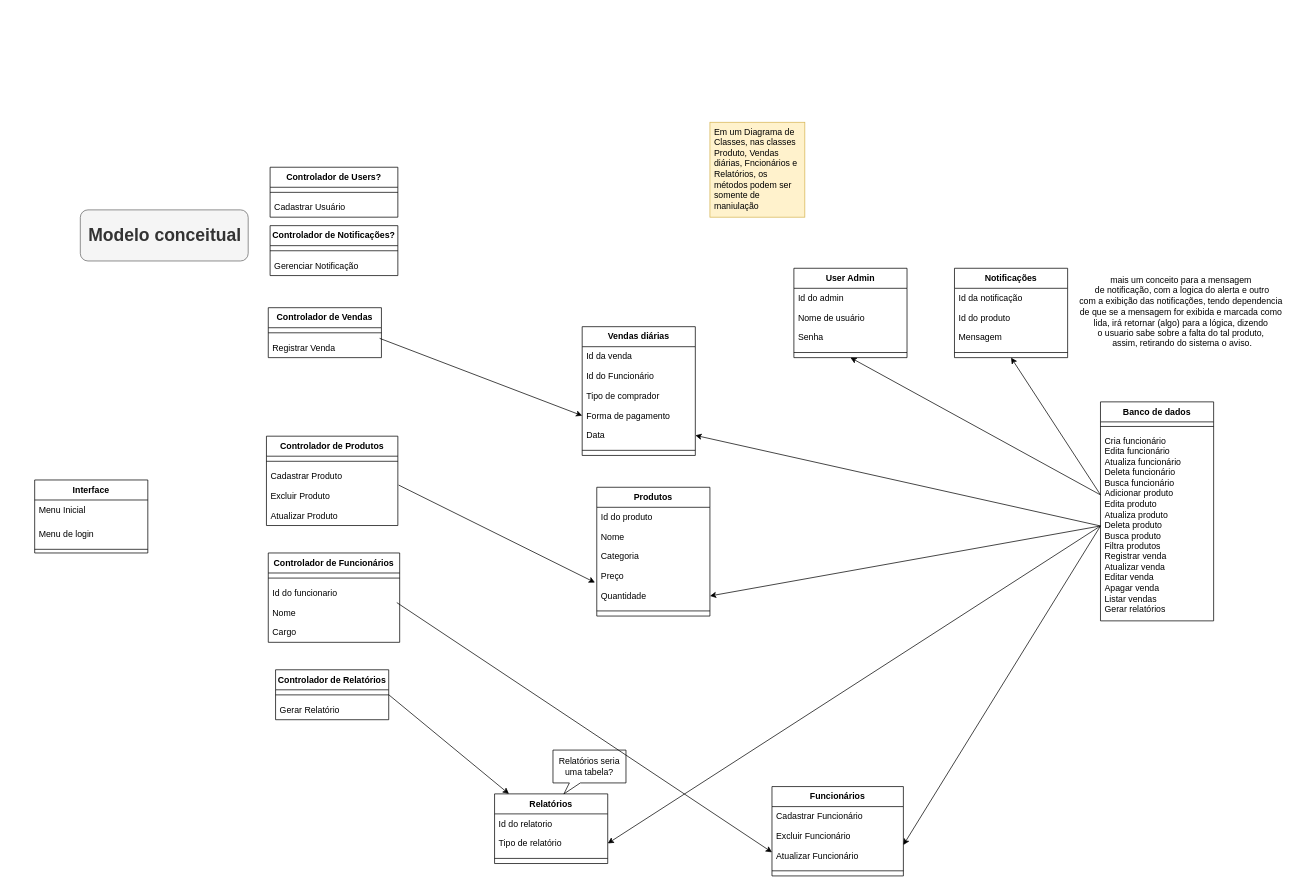
The draw.io diagram ModeloConceitual.drawio in belleruivo/cantina-fatore, before the edit. Source tidied: cells renumbered, new cells numbered last; positions are measured from the earlier drawing's top-left corner, leaving out a move shared by most shapes. Both pictures are drawn from the tidied source at 73%, with x=0, y=0 at pixel (34, 122).
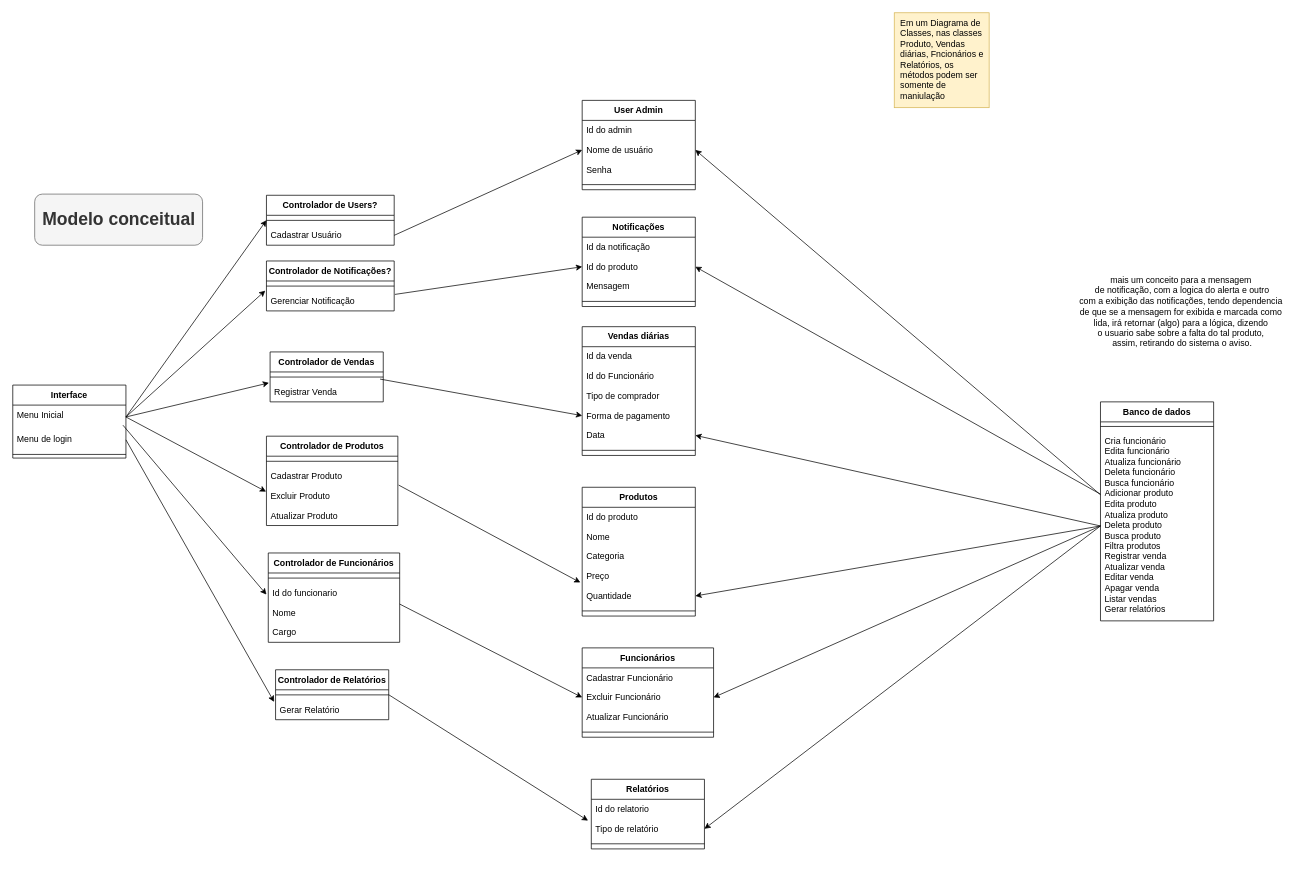
The same page after the edit.

The change refers to these unchanged cells:
```xml
<mxCell id="4" value="Cria funcionário&lt;div&gt;Edita funcionário&lt;/div&gt;&lt;div&gt;Atualiza funcionário&lt;/div&gt;&lt;div&gt;Deleta funcionário&lt;/div&gt;&lt;div&gt;Busca funcionário&lt;/div&gt;&lt;div&gt;Adicionar produto&lt;/div&gt;&lt;div&gt;Edita produto&lt;/div&gt;&lt;div&gt;Atualiza produto&lt;/div&gt;&lt;div&gt;Deleta produto&lt;/div&gt;&lt;div&gt;Busca produto&lt;/div&gt;&lt;div&gt;Filtra produtos&lt;/div&gt;&lt;div&gt;Registrar venda&lt;/div&gt;&lt;div&gt;Atualizar venda&lt;/div&gt;&lt;div&gt;Editar venda&lt;/div&gt;&lt;div&gt;Apagar venda&lt;/div&gt;&lt;div&gt;Listar vendas&lt;/div&gt;&lt;div&gt;Gerar relatórios&lt;/div&gt;" style="text;strokeColor=none;fillColor=none;align=left;verticalAlign=top;spacingLeft=4;spacingRight=4;overflow=hidden;points=[[0,0.5],[1,0.5]];portConstraint=eastwest;whiteSpace=wrap;html=1;" parent="2" vertex="1">
  <mxGeometry y="40" width="155" height="260" as="geometry" />
</mxCell>
<mxCell id="7" value="Nome de usuário" style="text;strokeColor=none;fillColor=none;align=left;verticalAlign=top;spacingLeft=4;spacingRight=4;overflow=hidden;points=[[0,0.5],[1,0.5]];portConstraint=eastwest;" parent="5" vertex="1">
  <mxGeometry y="54.4" width="155" height="27" as="geometry" />
</mxCell>
<mxCell id="11" value="Id do relatorio" style="text;strokeColor=none;fillColor=none;align=left;verticalAlign=top;spacingLeft=4;spacingRight=4;overflow=hidden;points=[[0,0.5],[1,0.5]];portConstraint=eastwest;" parent="10" vertex="1">
  <mxGeometry y="27.4" width="155" height="27" as="geometry" />
</mxCell>
<mxCell id="18" value="Forma de pagamento" style="text;strokeColor=none;fillColor=none;align=left;verticalAlign=top;spacingLeft=4;spacingRight=4;overflow=hidden;points=[[0,0.5],[1,0.5]];portConstraint=eastwest;" parent="14" vertex="1">
  <mxGeometry y="108.4" width="155" height="27" as="geometry" />
</mxCell>
<mxCell id="23" value="Id do produto" style="text;strokeColor=none;fillColor=none;align=left;verticalAlign=top;spacingLeft=4;spacingRight=4;overflow=hidden;points=[[0,0.5],[1,0.5]];portConstraint=eastwest;" parent="21" vertex="1">
  <mxGeometry y="54.4" width="155" height="27" as="geometry" />
</mxCell>
<mxCell id="34" value="Menu Inicial" style="text;strokeColor=none;fillColor=none;align=left;verticalAlign=top;spacingLeft=4;spacingRight=4;overflow=hidden;points=[[0,0.5],[1,0.5]];portConstraint=eastwest;" parent="33" vertex="1">
  <mxGeometry y="27.4" width="155" height="32.6" as="geometry" />
</mxCell>
<mxCell id="35" value="Menu de login" style="text;strokeColor=none;fillColor=none;align=left;verticalAlign=top;spacingLeft=4;spacingRight=4;overflow=hidden;points=[[0,0.5],[1,0.5]];portConstraint=eastwest;" parent="33" vertex="1">
  <mxGeometry y="60" width="155" height="30" as="geometry" />
</mxCell>
<mxCell id="41" value="Id do funcionario" style="text;strokeColor=none;fillColor=none;align=left;verticalAlign=top;spacingLeft=4;spacingRight=4;overflow=hidden;points=[[0,0.5],[1,0.5]];portConstraint=eastwest;" parent="39" vertex="1">
  <mxGeometry y="41.4" width="180" height="27" as="geometry" />
</mxCell>
<mxCell id="46" value="Excluir Funcionário" style="text;strokeColor=none;fillColor=none;align=left;verticalAlign=top;spacingLeft=4;spacingRight=4;overflow=hidden;points=[[0,0.5],[1,0.5]];portConstraint=eastwest;" parent="44" vertex="1">
  <mxGeometry y="54.4" width="180" height="27" as="geometry" />
</mxCell>
<mxCell id="63" value="Excluir Produto" style="text;strokeColor=none;fillColor=none;align=left;verticalAlign=top;spacingLeft=4;spacingRight=4;overflow=hidden;points=[[0,0.5],[1,0.5]];portConstraint=eastwest;" parent="60" vertex="1">
  <mxGeometry y="68.4" width="180" height="27" as="geometry" />
</mxCell>
<mxCell id="66" style="line;strokeWidth=1;fillColor=none;align=left;verticalAlign=middle;spacingTop=-1;spacingLeft=3;spacingRight=3;labelPosition=right;points=[];portConstraint=eastwest;strokeColor=inherit;" parent="65" vertex="1">
  <mxGeometry y="27.4" width="155" height="14" as="geometry" />
</mxCell>
<mxCell id="67" value="Registrar Venda" style="text;strokeColor=none;fillColor=none;align=left;verticalAlign=top;spacingLeft=4;spacingRight=4;overflow=hidden;points=[[0,0.5],[1,0.5]];portConstraint=eastwest;" parent="65" vertex="1">
  <mxGeometry y="41.4" width="155" height="27" as="geometry" />
</mxCell>
<mxCell id="68" value="Controlador de Relatórios" style="swimlane;fontStyle=1;align=center;verticalAlign=top;horizontal=1;startSize=27.428571428571427;" parent="1" vertex="1">
  <mxGeometry x="330" y="750" width="155" height="68.4" as="geometry" />
</mxCell>
<mxCell id="70" value="Gerar Relatório" style="text;strokeColor=none;fillColor=none;align=left;verticalAlign=top;spacingLeft=4;spacingRight=4;overflow=hidden;points=[[0,0.5],[1,0.5]];portConstraint=eastwest;" parent="68" vertex="1">
  <mxGeometry y="41.4" width="155" height="27" as="geometry" />
</mxCell>
<mxCell id="78" value="Cadastrar Usuário" style="text;strokeColor=none;fillColor=none;align=left;verticalAlign=top;spacingLeft=4;spacingRight=4;overflow=hidden;points=[[0,0.5],[1,0.5]];portConstraint=eastwest;" parent="76" vertex="1">
  <mxGeometry y="41.4" width="175" height="27" as="geometry" />
</mxCell>
```

The edit, as a diff of the source:
```diff
@@
     <mxCell id="5" value="User Admin" style="swimlane;fontStyle=1;align=center;verticalAlign=top;horizontal=1;startSize=27.428571428571427;" parent="1" vertex="1">
-      <mxGeometry x="1040" y="200" width="155" height="122.4" as="geometry" />
+      <mxGeometry x="750" y="-30" width="155" height="122.4" as="geometry" />
     </mxCell>
@@
     <mxCell id="10" value="Relatórios" style="swimlane;fontStyle=1;align=center;verticalAlign=top;horizontal=1;startSize=27.428571428571427;" parent="1" vertex="1">
-      <mxGeometry x="630" y="920" width="155" height="95.4" as="geometry" />
+      <mxGeometry x="762.5" y="900" width="155" height="95.4" as="geometry" />
     </mxCell>
@@
     <mxCell id="21" value="Notificações" style="swimlane;fontStyle=1;align=center;verticalAlign=top;horizontal=1;startSize=27.428571428571427;" parent="1" vertex="1">
-      <mxGeometry x="1260" y="200" width="155" height="122.4" as="geometry" />
+      <mxGeometry x="750" y="130" width="155" height="122.4" as="geometry" />
     </mxCell>
@@
     <mxCell id="26" value="Produtos" style="swimlane;fontStyle=1;align=center;verticalAlign=top;horizontal=1;startSize=27.428571428571427;" parent="1" vertex="1">
-      <mxGeometry x="770" y="500" width="155" height="176.4" as="geometry" />
+      <mxGeometry x="750" y="500" width="155" height="176.4" as="geometry" />
     </mxCell>
@@
     <mxCell id="33" value="Interface" style="swimlane;fontStyle=1;align=center;verticalAlign=top;horizontal=1;startSize=27.428571428571427;" parent="1" vertex="1">
-      <mxGeometry y="490" width="155" height="100" as="geometry" />
+      <mxGeometry x="-30" y="360" width="155" height="100" as="geometry" />
     </mxCell>
@@
     <mxCell id="37" value="&lt;h1&gt;Modelo conceitual&lt;/h1&gt;" style="text;html=1;align=center;verticalAlign=middle;fillColor=#f5f5f5;fontColor=#333333;strokeColor=#666666;rounded=1;" parent="1" vertex="1">
-      <mxGeometry x="62.5" y="120" width="230" height="70" as="geometry" />
+      <mxGeometry y="98.4" width="230" height="70" as="geometry" />
     </mxCell>
-    <mxCell id="38" value="Relatórios seria uma tabela?" style="whiteSpace=wrap;html=1;shape=mxgraph.basic.rectCallout;dx=30;dy=15;boundedLbl=1;" parent="1" vertex="1">
-      <mxGeometry x="710" y="860" width="100" height="60" as="geometry" />
-    </mxCell>
@@
     <mxCell id="44" value="Funcionários" style="swimlane;fontStyle=1;align=center;verticalAlign=top;horizontal=1;startSize=27.428571428571427;" parent="1" vertex="1">
-      <mxGeometry x="1010" y="910" width="180" height="122.4" as="geometry" />
+      <mxGeometry x="750" y="720" width="180" height="122.4" as="geometry" />
     </mxCell>
@@
-    <mxCell id="49" style="endArrow=classic;html=1;rounded=0;entryX=0.5;entryY=1;entryDx=0;entryDy=0;" parent="1" edge="1" source="4" target="5">
+    <mxCell id="49" style="endArrow=classic;html=1;rounded=0;entryX=1;entryY=0.5;entryDx=0;entryDy=0;" parent="1" edge="1" source="4" target="23">
       <mxGeometry relative="1" as="geometry" />
     </mxCell>
-    <mxCell id="50" style="endArrow=classic;html=1;rounded=0;exitX=-0.001;exitY=0.335;exitDx=0;exitDy=0;exitPerimeter=0;entryX=0.5;entryY=1;entryDx=0;entryDy=0;" parent="1" edge="1" source="4" target="21">
+    <mxCell id="50" style="endArrow=classic;html=1;rounded=0;exitX=-0.001;exitY=0.335;exitDx=0;exitDy=0;exitPerimeter=0;entryX=1;entryY=0.5;entryDx=0;entryDy=0;" parent="1" edge="1" source="4" target="7">
       <mxGeometry relative="1" as="geometry" />
     </mxCell>
-    <mxCell id="51" style="endArrow=classic;html=1;rounded=0;exitX=0;exitY=0.5;exitDx=0;exitDy=0;" parent="1" edge="1" source="4">
-      <mxGeometry relative="1" as="geometry">
-        <mxPoint x="1190" y="990" as="targetPoint" />
-      </mxGeometry>
+    <mxCell id="51" style="endArrow=classic;html=1;rounded=0;exitX=0;exitY=0.5;exitDx=0;exitDy=0;entryX=1;entryY=0.5;entryDx=0;entryDy=0;" parent="1" edge="1" source="4" target="46">
+      <mxGeometry relative="1" as="geometry" />
     </mxCell>
-    <mxCell id="52" style="endArrow=classic;html=1;rounded=0;exitX=0.978;exitY=0.984;exitDx=0;exitDy=0;exitPerimeter=0;" parent="1" edge="1" source="41">
+    <mxCell id="52" style="endArrow=classic;html=1;rounded=0;entryX=0;entryY=0.5;entryDx=0;entryDy=0;" parent="1" edge="1" target="46">
       <mxGeometry relative="1" as="geometry">
-        <mxPoint x="1010" y="1000" as="targetPoint" />
+        <mxPoint x="500" y="660" as="sourcePoint" />
       </mxGeometry>
     </mxCell>
-    <mxCell id="53" style="endArrow=classic;html=1;rounded=0;exitX=1;exitY=0.5;exitDx=0;exitDy=0;" parent="1" edge="1" source="68" target="10">
+    <mxCell id="53" style="endArrow=classic;html=1;rounded=0;exitX=1;exitY=0.5;exitDx=0;exitDy=0;entryX=-0.029;entryY=1.083;entryDx=0;entryDy=0;entryPerimeter=0;" parent="1" edge="1" source="68" target="11">
       <mxGeometry relative="1" as="geometry" />
     </mxCell>
@@
-    <mxCell id="57" style="endArrow=classic;html=1;rounded=0;exitX=0.984;exitY=0.021;exitDx=0;exitDy=0;entryX=0;entryY=0.5;entryDx=0;entryDy=0;exitPerimeter=0;" parent="1" edge="1" source="67" target="18">
+    <mxCell id="57" style="endArrow=classic;html=1;rounded=0;entryX=0;entryY=0.5;entryDx=0;entryDy=0;exitX=0.972;exitY=0.7;exitDx=0;exitDy=0;exitPerimeter=0;" parent="1" edge="1" source="66" target="18">
       <mxGeometry relative="1" as="geometry" />
     </mxCell>
@@
     <mxCell id="65" value="Controlador de Vendas" style="swimlane;fontStyle=1;align=center;verticalAlign=top;horizontal=1;startSize=27.428571428571427;" parent="1" vertex="1">
-      <mxGeometry x="320" y="254" width="155" height="68.4" as="geometry" />
+      <mxGeometry x="322.5" y="314.6" width="155" height="68.4" as="geometry" />
     </mxCell>
@@
     <mxCell id="71" style="whiteSpace=wrap;html=1;fillColor=#fff2cc;strokeColor=#d6b656;" parent="1" vertex="1">
-      <mxGeometry x="925" width="130" height="130" as="geometry" />
+      <mxGeometry x="1177.5" y="-150" width="130" height="130" as="geometry" />
     </mxCell>
     <mxCell id="72" value="Em um Diagrama de Classes, nas classes Produto, Vendas diárias, Fncionários e Relatórios, os métodos podem ser somente de maniulação" style="text;strokeColor=none;fillColor=none;align=left;verticalAlign=top;spacingLeft=4;spacingRight=4;overflow=hidden;whiteSpace=wrap;" parent="1" vertex="1">
-      <mxGeometry x="925" width="125" height="130" as="geometry" />
+      <mxGeometry x="1180" y="-150" width="125" height="130" as="geometry" />
     </mxCell>
     <mxCell id="73" value="Controlador de Notificações?" style="swimlane;fontStyle=1;align=center;verticalAlign=top;horizontal=1;startSize=27.428571428571427;" parent="1" vertex="1">
-      <mxGeometry x="322.5" y="141.6" width="175" height="68.4" as="geometry" />
+      <mxGeometry x="317.5" y="190" width="175" height="68.4" as="geometry" />
     </mxCell>
@@
     <mxCell id="76" value="Controlador de Users?" style="swimlane;fontStyle=1;align=center;verticalAlign=top;horizontal=1;startSize=27.428571428571427;" parent="1" vertex="1">
-      <mxGeometry x="322.5" y="61.6" width="175" height="68.4" as="geometry" />
+      <mxGeometry x="317.5" y="100" width="175" height="68.4" as="geometry" />
     </mxCell>
@@
+    <mxCell id="79" style="endArrow=classic;html=1;rounded=0;exitX=1;exitY=0.5;exitDx=0;exitDy=0;entryX=0;entryY=0.5;entryDx=0;entryDy=0;" parent="1" edge="1" source="34" target="76">
+      <mxGeometry relative="1" as="geometry" />
+    </mxCell>
+    <mxCell id="80" style="endArrow=classic;html=1;rounded=0;exitX=1;exitY=0.5;exitDx=0;exitDy=0;entryX=-0.009;entryY=-0.032;entryDx=0;entryDy=0;entryPerimeter=0;" parent="1" edge="1" source="34">
+      <mxGeometry relative="1" as="geometry">
+        <mxPoint x="315.9" y="230.6" as="targetPoint" />
+      </mxGeometry>
+    </mxCell>
+    <mxCell id="81" style="endArrow=classic;html=1;rounded=0;entryX=-0.01;entryY=0.037;entryDx=0;entryDy=0;entryPerimeter=0;exitX=1;exitY=0.5;exitDx=0;exitDy=0;" parent="1" edge="1" source="34" target="67">
+      <mxGeometry relative="1" as="geometry" />
+    </mxCell>
+    <mxCell id="82" style="endArrow=classic;html=1;rounded=0;exitX=1;exitY=0.5;exitDx=0;exitDy=0;entryX=-0.003;entryY=0.28;entryDx=0;entryDy=0;entryPerimeter=0;" parent="1" edge="1" source="34" target="63">
+      <mxGeometry relative="1" as="geometry" />
+    </mxCell>
+    <mxCell id="83" style="endArrow=classic;html=1;rounded=0;exitX=0.974;exitY=-0.167;exitDx=0;exitDy=0;entryX=-0.017;entryY=0.132;entryDx=0;entryDy=0;entryPerimeter=0;exitPerimeter=0;" parent="1" edge="1" source="35">
+      <mxGeometry relative="1" as="geometry">
+        <mxPoint x="317.5" y="647" as="targetPoint" />
+      </mxGeometry>
+    </mxCell>
+    <mxCell id="84" style="endArrow=classic;html=1;rounded=0;entryX=-0.013;entryY=0.095;entryDx=0;entryDy=0;entryPerimeter=0;exitX=1;exitY=0.5;exitDx=0;exitDy=0;" parent="1" edge="1" source="35" target="70">
+      <mxGeometry relative="1" as="geometry" />
+    </mxCell>
+    <mxCell id="85" style="endArrow=classic;html=1;rounded=0;exitX=1.006;exitY=0.162;exitDx=0;exitDy=0;exitPerimeter=0;entryX=0;entryY=0.5;entryDx=0;entryDy=0;" parent="1" edge="1" target="23">
+      <mxGeometry relative="1" as="geometry">
+        <mxPoint x="493.5" y="235.8" as="sourcePoint" />
+      </mxGeometry>
+    </mxCell>
+    <mxCell id="86" style="endArrow=classic;html=1;rounded=0;exitX=1;exitY=0.5;exitDx=0;exitDy=0;entryX=0;entryY=0.5;entryDx=0;entryDy=0;" parent="1" edge="1" source="78" target="7">
+      <mxGeometry relative="1" as="geometry" />
+    </mxCell>
```
